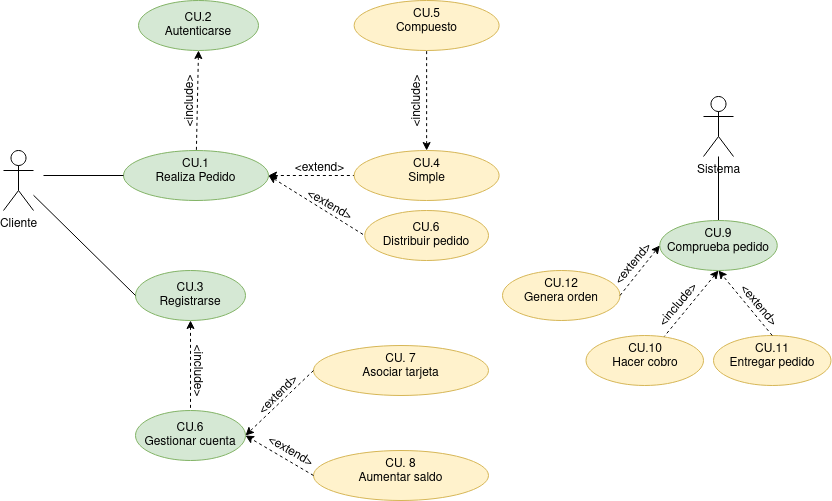
Earlier version of the draw.io export Tareas/casosUso/Tarea5-Tienda Virtual/TiendaVirtual.drawio.png (colidom/ets). Source tidied: cells renumbered, new cells last; positions are measured from the earlier drawing's top-left corner, leaving out a move shared by most shapes.
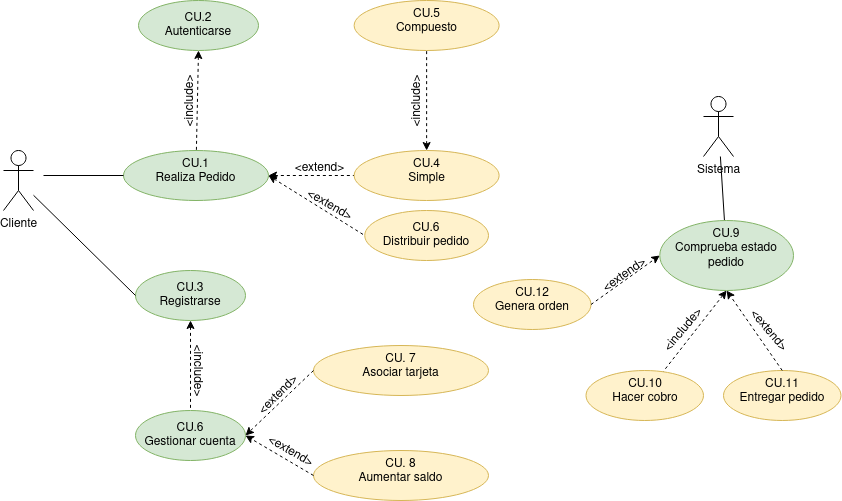
The same diagram one commit later.

Change to the diagram source:
```diff
@@ -84,25 +84,23 @@
     <mxCell id="27" style="edgeStyle=none;rounded=0;jettySize=auto;html=1;dashed=1;startArrow=classic;startFill=1;endArrow=none;endFill=0;exitX=0.5;exitY=1;exitDx=0;exitDy=0;" parent="1" edge="1" source="28" target="29">
       <mxGeometry relative="1" as="geometry" />
     </mxCell>
-    <mxCell id="28" value="CU.9&lt;br&gt;Comprueba pedido" style="ellipse;whiteSpace=wrap;html=1;verticalAlign=top;fillColor=#d5e8d4;strokeColor=#82b366;" parent="1" vertex="1">
-      <mxGeometry x="656.2" y="220" width="117.5" height="50" as="geometry" />
+    <mxCell id="28" value="CU.9&lt;br&gt;Comprueba estado pedido" style="ellipse;whiteSpace=wrap;html=1;verticalAlign=top;fillColor=#d5e8d4;strokeColor=#82b366;" parent="1" vertex="1">
+      <mxGeometry x="656.2" y="220" width="133.8" height="70" as="geometry" />
     </mxCell>
     <mxCell id="29" value="CU.10&lt;br&gt;Hacer cobro" style="ellipse;whiteSpace=wrap;html=1;verticalAlign=top;fillColor=#fff2cc;strokeColor=#d6b656;" parent="1" vertex="1">
-      <mxGeometry x="582.5" y="335" width="117.5" height="50" as="geometry" />
+      <mxGeometry x="582.5" y="370" width="117.5" height="50" as="geometry" />
     </mxCell>
     <mxCell id="30" value="CU.11&lt;br&gt;Entregar pedido" style="ellipse;whiteSpace=wrap;html=1;verticalAlign=top;fillColor=#fff2cc;strokeColor=#d6b656;" parent="1" vertex="1">
-      <mxGeometry x="710" y="335" width="117.5" height="50" as="geometry" />
+      <mxGeometry x="720" y="370" width="117.5" height="50" as="geometry" />
     </mxCell>
-    <mxCell id="31" style="endArrow=classic;html=1;rounded=0;exitX=0.5;exitY=0;exitDx=0;exitDy=0;dashed=1;" parent="1" edge="1" source="30">
-      <mxGeometry relative="1" as="geometry">
-        <mxPoint x="715" y="270" as="targetPoint" />
-      </mxGeometry>
+    <mxCell id="31" style="endArrow=classic;html=1;rounded=0;exitX=0.5;exitY=0;exitDx=0;exitDy=0;dashed=1;entryX=0.5;entryY=1;entryDx=0;entryDy=0;" parent="1" edge="1" source="30" target="28">
+      <mxGeometry relative="1" as="geometry" />
     </mxCell>
     <mxCell id="32" value="&amp;lt;include&amp;gt;" style="text;html=1;align=center;verticalAlign=middle;strokeColor=none;fillColor=none;rotation=-50;" parent="1" vertex="1">
-      <mxGeometry x="635" y="290" width="80" height="30" as="geometry" />
+      <mxGeometry x="640" y="315" width="80" height="30" as="geometry" />
     </mxCell>
     <mxCell id="33" value="&amp;lt;extend&amp;gt;" style="text;html=1;align=center;verticalAlign=middle;strokeColor=none;fillColor=none;rotation=50;" parent="1" vertex="1">
-      <mxGeometry x="720" y="290" width="70" height="30" as="geometry" />
+      <mxGeometry x="730" y="315" width="70" height="30" as="geometry" />
     </mxCell>
     <mxCell id="34" value="CU.6&lt;br&gt;Distribuir pedido" style="ellipse;whiteSpace=wrap;html=1;fillColor=#fff2cc;strokeColor=#d6b656;" parent="1" vertex="1">
       <mxGeometry x="361.2" y="210" width="123.8" height="50" as="geometry" />
@@ -114,10 +112,10 @@
       <mxGeometry relative="1" as="geometry" />
     </mxCell>
     <mxCell id="37" value="CU.12&lt;br&gt;Genera orden" style="ellipse;whiteSpace=wrap;html=1;verticalAlign=top;fillColor=#fff2cc;strokeColor=#d6b656;" parent="1" vertex="1">
-      <mxGeometry x="499" y="270" width="117.5" height="50" as="geometry" />
+      <mxGeometry x="470" y="279" width="117.5" height="50" as="geometry" />
     </mxCell>
-    <mxCell id="38" value="&amp;lt;extend&amp;gt;" style="text;html=1;align=center;verticalAlign=middle;strokeColor=none;fillColor=none;rotation=-50;" parent="1" vertex="1">
-      <mxGeometry x="595" y="249" width="70" height="30" as="geometry" />
+    <mxCell id="38" value="&amp;lt;extend&amp;gt;" style="text;html=1;align=center;verticalAlign=middle;strokeColor=none;fillColor=none;rotation=-35;" parent="1" vertex="1">
+      <mxGeometry x="586.2" y="260" width="70" height="30" as="geometry" />
     </mxCell>
     <mxCell id="39" style="endArrow=classic;html=1;rounded=0;exitX=1;exitY=0.5;exitDx=0;exitDy=0;dashed=1;entryX=0;entryY=0.5;entryDx=0;entryDy=0;" parent="1" edge="1" source="37" target="28">
       <mxGeometry relative="1" as="geometry" />
```
